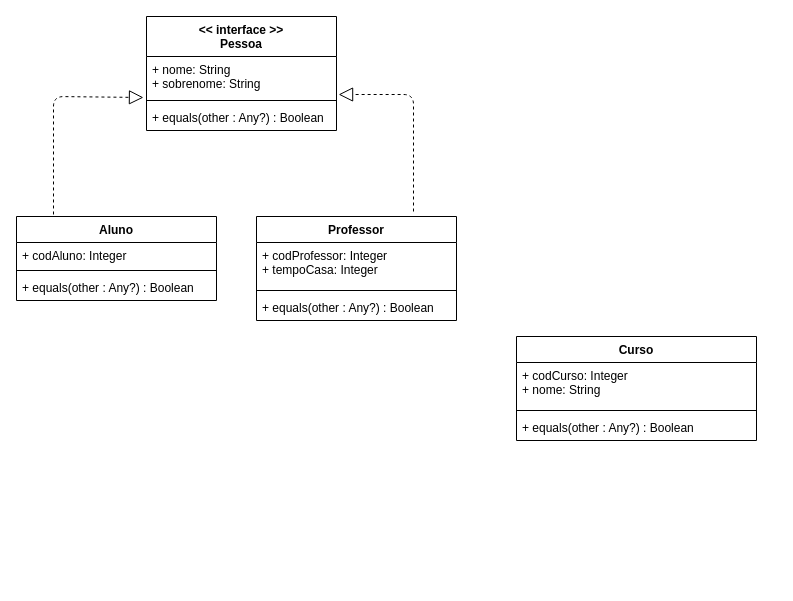
Earlier version of the draw.io diagram Desafio1DigitalHouse.drawio (eneri-jr/Desafio1DigitalHouse). Source tidied: cells renumbered, new cells numbered last; positions are measured from the earlier drawing's top-left corner, leaving out a move shared by most shapes. Both pictures are drawn from the tidied source at 100%, with x=0, y=0 at pixel (16, 16).
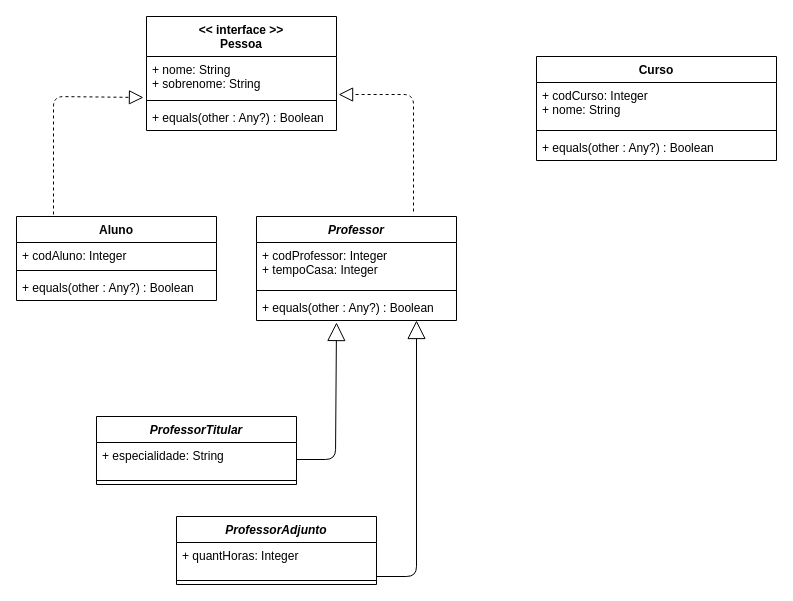
The same diagram, later.

Commit message (it also covers changes not shown here):
Criacao Parte D (Alteracao Professor), (Classe ProfessorAdjunto), (Classe ProfessorTitular)

The change refers to these unchanged cells:
```xml
<mxCell id="18" value="+ equals(other : Any?) : Boolean" style="text;strokeColor=none;fillColor=none;align=left;verticalAlign=top;spacingLeft=4;spacingRight=4;overflow=hidden;points=[[0,0.5],[1,0.5]];portConstraint=eastwest;" parent="15" vertex="1">
  <mxGeometry y="78" width="200" height="26" as="geometry" />
</mxCell>
```

The edit, as a diff of the source:
```diff
@@
-    <mxCell id="2" value="Curso" style="swimlane;fontStyle=1;align=center;verticalAlign=top;horizontal=1;startSize=26;" parent="1" vertex="1">
-      <mxGeometry x="500" y="320" width="240" height="104" as="geometry" />
-    </mxCell>
-    <mxCell id="3" value="+ codCurso: Integer&#10;+ nome: String&#10;" style="text;strokeColor=none;fillColor=none;align=left;verticalAlign=top;spacingLeft=4;spacingRight=4;overflow=hidden;" parent="2" vertex="1">
-      <mxGeometry y="26" width="240" height="44" as="geometry" />
-    </mxCell>
-    <mxCell id="4" style="line;strokeWidth=1;fillColor=none;align=left;verticalAlign=middle;spacingTop=-1;spacingLeft=3;spacingRight=3;labelPosition=right;" parent="2" vertex="1">
-      <mxGeometry y="70" width="240" height="8" as="geometry" />
-    </mxCell>
-    <mxCell id="5" value="+ equals(other : Any?) : Boolean" style="text;strokeColor=none;fillColor=none;align=left;verticalAlign=top;spacingLeft=4;spacingRight=4;overflow=hidden;" parent="2" vertex="1">
-      <mxGeometry y="78" width="240" height="26" as="geometry" />
-    </mxCell>
+    <mxCell id="20" style="endArrow=block;endSize=16;endFill=0;html=1;entryX=0.4;entryY=1.077;entryDx=0;entryDy=0;entryPerimeter=0;" parent="1" edge="1">
+      <mxGeometry relative="1" as="geometry">
+        <mxPoint x="360" y="560" as="sourcePoint" />
+        <mxPoint x="400" y="304" as="targetPoint" />
+        <Array as="points">
+          <mxPoint x="400" y="560" />
+        </Array>
+      </mxGeometry>
+    </mxCell>
@@
-    <mxCell id="15" value="Professor" style="swimlane;fontStyle=1;align=center;verticalAlign=top;horizontal=1;startSize=26;" parent="1" vertex="1">
+    <mxCell id="15" value="Professor" style="swimlane;fontStyle=3;align=center;verticalAlign=top;horizontal=1;startSize=26;" parent="1" vertex="1">
       <mxGeometry x="240" y="200" width="200" height="104" as="geometry" />
     </mxCell>
@@
+    <mxCell id="21" style="endArrow=block;endSize=16;endFill=0;html=1;exitX=1;exitY=0.5;exitDx=0;exitDy=0;entryX=0.4;entryY=1.077;entryDx=0;entryDy=0;entryPerimeter=0;" parent="1" edge="1" source="23" target="18">
+      <mxGeometry relative="1" as="geometry">
+        <Array as="points">
+          <mxPoint x="319" y="443" />
+        </Array>
+      </mxGeometry>
+    </mxCell>
+    <mxCell id="2" value="Curso" style="swimlane;fontStyle=1;align=center;verticalAlign=top;horizontal=1;startSize=26;" parent="1" vertex="1">
+      <mxGeometry x="520" y="40" width="240" height="104" as="geometry" />
+    </mxCell>
+    <mxCell id="3" value="+ codCurso: Integer&#10;+ nome: String&#10;" style="text;strokeColor=none;fillColor=none;align=left;verticalAlign=top;spacingLeft=4;spacingRight=4;overflow=hidden;" parent="2" vertex="1">
+      <mxGeometry y="26" width="240" height="44" as="geometry" />
+    </mxCell>
+    <mxCell id="4" style="line;strokeWidth=1;fillColor=none;align=left;verticalAlign=middle;spacingTop=-1;spacingLeft=3;spacingRight=3;labelPosition=right;" parent="2" vertex="1">
+      <mxGeometry y="70" width="240" height="8" as="geometry" />
+    </mxCell>
+    <mxCell id="5" value="+ equals(other : Any?) : Boolean" style="text;strokeColor=none;fillColor=none;align=left;verticalAlign=top;spacingLeft=4;spacingRight=4;overflow=hidden;" parent="2" vertex="1">
+      <mxGeometry y="78" width="240" height="26" as="geometry" />
+    </mxCell>
+    <mxCell id="22" value="ProfessorTitular" style="swimlane;fontStyle=3;align=center;verticalAlign=top;horizontal=1;startSize=26;" parent="1" vertex="1">
+      <mxGeometry x="80" y="400" width="200" height="68" as="geometry" />
+    </mxCell>
+    <mxCell id="23" value="+ especialidade: String" style="text;strokeColor=none;fillColor=none;align=left;verticalAlign=top;spacingLeft=4;spacingRight=4;overflow=hidden;points=[[0,0.5],[1,0.5]];portConstraint=eastwest;" parent="22" vertex="1">
+      <mxGeometry y="26" width="200" height="34" as="geometry" />
+    </mxCell>
+    <mxCell id="24" style="line;strokeWidth=1;fillColor=none;align=left;verticalAlign=middle;spacingTop=-1;spacingLeft=3;spacingRight=3;labelPosition=right;" parent="22" vertex="1">
+      <mxGeometry y="60" width="200" height="8" as="geometry" />
+    </mxCell>
+    <mxCell id="25" value="ProfessorAdjunto" style="swimlane;fontStyle=3;align=center;verticalAlign=top;horizontal=1;startSize=26;" parent="1" vertex="1">
+      <mxGeometry x="160" y="500" width="200" height="68" as="geometry" />
+    </mxCell>
+    <mxCell id="26" value="+ quantHoras: Integer" style="text;strokeColor=none;fillColor=none;align=left;verticalAlign=top;spacingLeft=4;spacingRight=4;overflow=hidden;" parent="25" vertex="1">
+      <mxGeometry y="26" width="200" height="34" as="geometry" />
+    </mxCell>
+    <mxCell id="27" style="line;strokeWidth=1;fillColor=none;align=left;verticalAlign=middle;spacingTop=-1;spacingLeft=3;spacingRight=3;labelPosition=right;" parent="25" vertex="1">
+      <mxGeometry y="60" width="200" height="8" as="geometry" />
+    </mxCell>
```
